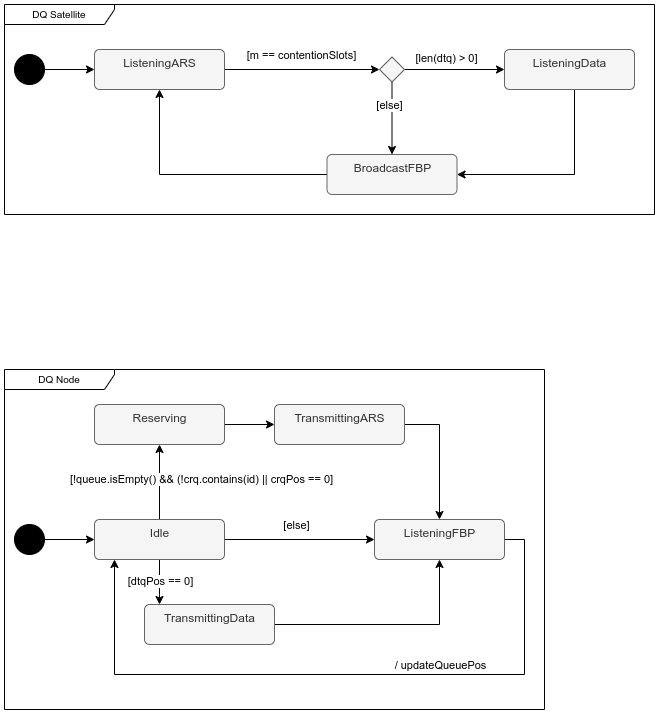
The draw.io diagram ress-iot-vs-dqrap-paper/diagrams/DQ.drawio.png in jason-gerard/DRAAF-pipeline, before a commit. Source tidied: cells renumbered, new cells last; positions are measured from the earlier drawing's top-left corner, leaving out a move shared by most shapes. Its diagram source:
```xml
<mxGraphModel>
  <root>
    <mxCell id="0" />
    <mxCell id="1" parent="0" />
    <mxCell id="2" style="edgeStyle=orthogonalEdgeStyle;rounded=0;jettySize=auto;html=1;" parent="1" edge="1" source="3" target="6">
      <mxGeometry relative="1" as="geometry" />
    </mxCell>
    <mxCell id="3" style="ellipse;fillColor=strokeColor;" parent="1" vertex="1">
      <mxGeometry x="10" y="50" width="30" height="30" as="geometry" />
    </mxCell>
    <mxCell id="4" style="edgeStyle=orthogonalEdgeStyle;rounded=0;jettySize=auto;html=1;fontSize=10;" parent="1" edge="1" source="6" target="35">
      <mxGeometry relative="1" as="geometry" />
    </mxCell>
    <mxCell id="5" value="[m == contentionSlots]" style="edgeLabel;html=1;align=center;verticalAlign=middle;" parent="4" vertex="1">
      <mxGeometry x="-0.26" y="1" relative="1" as="geometry">
        <mxPoint x="18" y="-14" as="offset" />
      </mxGeometry>
    </mxCell>
    <mxCell id="6" value="ListeningARS" style="html=1;align=center;verticalAlign=top;rounded=1;absoluteArcSize=1;arcSize=10;dashed=0;fillColor=#f5f5f5;fontColor=#333333;strokeColor=#666666;" parent="1" vertex="1">
      <mxGeometry x="90" y="45" width="130" height="40" as="geometry" />
    </mxCell>
    <mxCell id="7" value="DQ Satellite" style="shape=umlFrame;whiteSpace=wrap;html=1;fontSize=10;width=110;height=20;" parent="1" vertex="1">
      <mxGeometry width="650" height="210" as="geometry" />
    </mxCell>
    <mxCell id="8" style="edgeStyle=orthogonalEdgeStyle;rounded=0;jettySize=auto;html=1;" parent="1" edge="1" source="9" target="11">
      <mxGeometry relative="1" as="geometry">
        <Array as="points">
          <mxPoint x="570" y="170" />
        </Array>
      </mxGeometry>
    </mxCell>
    <mxCell id="9" value="ListeningData" style="html=1;align=center;verticalAlign=top;rounded=1;absoluteArcSize=1;arcSize=10;dashed=0;fillColor=#f5f5f5;fontColor=#333333;strokeColor=#666666;" parent="1" vertex="1">
      <mxGeometry x="500" y="45" width="130" height="40" as="geometry" />
    </mxCell>
    <mxCell id="10" style="edgeStyle=orthogonalEdgeStyle;rounded=0;jettySize=auto;html=1;" parent="1" edge="1" source="11" target="6">
      <mxGeometry relative="1" as="geometry" />
    </mxCell>
    <mxCell id="11" value="BroadcastFBP" style="html=1;align=center;verticalAlign=top;rounded=1;absoluteArcSize=1;arcSize=10;dashed=0;fillColor=#f5f5f5;fontColor=#333333;strokeColor=#666666;" parent="1" vertex="1">
      <mxGeometry x="322.5" y="150" width="130" height="40" as="geometry" />
    </mxCell>
    <mxCell id="12" style="edgeStyle=orthogonalEdgeStyle;rounded=0;jettySize=auto;html=1;" parent="1" edge="1" source="13" target="20">
      <mxGeometry relative="1" as="geometry" />
    </mxCell>
    <mxCell id="13" style="ellipse;fillColor=strokeColor;" parent="1" vertex="1">
      <mxGeometry x="10" y="520" width="30" height="30" as="geometry" />
    </mxCell>
    <mxCell id="14" style="edgeStyle=orthogonalEdgeStyle;rounded=0;jettySize=auto;html=1;exitX=0.5;exitY=0;exitDx=0;exitDy=0;" parent="1" edge="1" source="20" target="23">
      <mxGeometry relative="1" as="geometry" />
    </mxCell>
    <mxCell id="15" value="[!queue.isEmpty() &amp;amp;&amp;amp; (!crq.contains(id) || crqPos == 0]" style="edgeLabel;html=1;align=center;verticalAlign=middle;" parent="14" vertex="1">
      <mxGeometry x="-0.32" relative="1" as="geometry">
        <mxPoint x="41" y="-15" as="offset" />
      </mxGeometry>
    </mxCell>
    <mxCell id="16" style="edgeStyle=orthogonalEdgeStyle;rounded=0;jettySize=auto;html=1;" parent="1" edge="1" source="20" target="25">
      <mxGeometry relative="1" as="geometry">
        <Array as="points">
          <mxPoint x="155" y="590" />
          <mxPoint x="155" y="590" />
        </Array>
      </mxGeometry>
    </mxCell>
    <mxCell id="17" value="[dtqPos == 0]" style="edgeLabel;html=1;align=center;verticalAlign=middle;" parent="16" vertex="1">
      <mxGeometry x="-0.58" y="1" relative="1" as="geometry">
        <mxPoint x="-1" y="12" as="offset" />
      </mxGeometry>
    </mxCell>
    <mxCell id="18" style="edgeStyle=orthogonalEdgeStyle;rounded=0;jettySize=auto;html=1;" parent="1" edge="1" source="20" target="28">
      <mxGeometry relative="1" as="geometry" />
    </mxCell>
    <mxCell id="19" value="[else]" style="edgeLabel;html=1;align=center;verticalAlign=middle;" parent="18" vertex="1">
      <mxGeometry x="-0.48" y="1" relative="1" as="geometry">
        <mxPoint x="32" y="-14" as="offset" />
      </mxGeometry>
    </mxCell>
    <mxCell id="20" value="Idle" style="html=1;align=center;verticalAlign=top;rounded=1;absoluteArcSize=1;arcSize=10;dashed=0;fillColor=#f5f5f5;fontColor=#333333;strokeColor=#666666;" parent="1" vertex="1">
      <mxGeometry x="90" y="515" width="130" height="40" as="geometry" />
    </mxCell>
    <mxCell id="21" style="edgeStyle=orthogonalEdgeStyle;rounded=0;jettySize=auto;html=1;" parent="1" edge="1" source="30" target="28">
      <mxGeometry relative="1" as="geometry">
        <Array as="points">
          <mxPoint x="435" y="420" />
        </Array>
      </mxGeometry>
    </mxCell>
    <mxCell id="22" style="edgeStyle=orthogonalEdgeStyle;rounded=0;jettySize=auto;html=1;" parent="1" edge="1" source="23" target="30">
      <mxGeometry relative="1" as="geometry" />
    </mxCell>
    <mxCell id="23" value="Reserving" style="html=1;align=center;verticalAlign=top;rounded=1;absoluteArcSize=1;arcSize=10;dashed=0;fillColor=#f5f5f5;fontColor=#333333;strokeColor=#666666;" parent="1" vertex="1">
      <mxGeometry x="90" y="400" width="130" height="40" as="geometry" />
    </mxCell>
    <mxCell id="24" style="edgeStyle=orthogonalEdgeStyle;rounded=0;jettySize=auto;html=1;" parent="1" edge="1" source="25" target="28">
      <mxGeometry relative="1" as="geometry">
        <Array as="points">
          <mxPoint x="435" y="620" />
        </Array>
      </mxGeometry>
    </mxCell>
    <mxCell id="25" value="TransmittingData" style="html=1;align=center;verticalAlign=top;rounded=1;absoluteArcSize=1;arcSize=10;dashed=0;fillColor=#f5f5f5;fontColor=#333333;strokeColor=#666666;" parent="1" vertex="1">
      <mxGeometry x="140" y="600" width="130" height="40" as="geometry" />
    </mxCell>
    <mxCell id="26" style="edgeStyle=orthogonalEdgeStyle;rounded=0;jettySize=auto;html=1;" parent="1" edge="1" source="28" target="20">
      <mxGeometry relative="1" as="geometry">
        <Array as="points">
          <mxPoint x="520" y="535" />
          <mxPoint x="520" y="670" />
          <mxPoint x="110" y="670" />
        </Array>
      </mxGeometry>
    </mxCell>
    <mxCell id="27" value="/ updateQueuePos" style="edgeLabel;html=1;align=center;verticalAlign=middle;" parent="26" vertex="1">
      <mxGeometry x="0.08" y="3" relative="1" as="geometry">
        <mxPoint x="126" y="-13" as="offset" />
      </mxGeometry>
    </mxCell>
    <mxCell id="28" value="ListeningFBP" style="html=1;align=center;verticalAlign=top;rounded=1;absoluteArcSize=1;arcSize=10;dashed=0;fillColor=#f5f5f5;fontColor=#333333;strokeColor=#666666;" parent="1" vertex="1">
      <mxGeometry x="370" y="515" width="130" height="40" as="geometry" />
    </mxCell>
    <mxCell id="29" value="DQ Node" style="shape=umlFrame;whiteSpace=wrap;html=1;fontSize=10;width=110;height=20;" parent="1" vertex="1">
      <mxGeometry y="365" width="540" height="340" as="geometry" />
    </mxCell>
    <mxCell id="30" value="TransmittingARS" style="html=1;align=center;verticalAlign=top;rounded=1;absoluteArcSize=1;arcSize=10;dashed=0;fillColor=#f5f5f5;fontColor=#333333;strokeColor=#666666;" parent="1" vertex="1">
      <mxGeometry x="270" y="400" width="130" height="40" as="geometry" />
    </mxCell>
    <mxCell id="31" style="edgeStyle=orthogonalEdgeStyle;rounded=0;jettySize=auto;html=1;" parent="1" edge="1" source="35" target="11">
      <mxGeometry relative="1" as="geometry" />
    </mxCell>
    <mxCell id="32" value="[else]" style="edgeLabel;html=1;align=center;verticalAlign=middle;" parent="31" vertex="1">
      <mxGeometry x="-0.36" y="-3" relative="1" as="geometry" />
    </mxCell>
    <mxCell id="33" style="edgeStyle=orthogonalEdgeStyle;rounded=0;jettySize=auto;html=1;" parent="1" edge="1" source="35" target="9">
      <mxGeometry relative="1" as="geometry" />
    </mxCell>
    <mxCell id="34" value="[len(dtq) &amp;gt; 0]" style="edgeLabel;html=1;align=center;verticalAlign=middle;" parent="33" vertex="1">
      <mxGeometry x="-0.45" relative="1" as="geometry">
        <mxPoint x="13" y="-12" as="offset" />
      </mxGeometry>
    </mxCell>
    <mxCell id="35" style="rhombus;whiteSpace=wrap;html=1;fillColor=#f5f5f5;fontColor=#333333;strokeColor=#666666;" parent="1" vertex="1">
      <mxGeometry x="375" y="52.5" width="25" height="25" as="geometry" />
    </mxCell>
  </root>
</mxGraphModel>
```
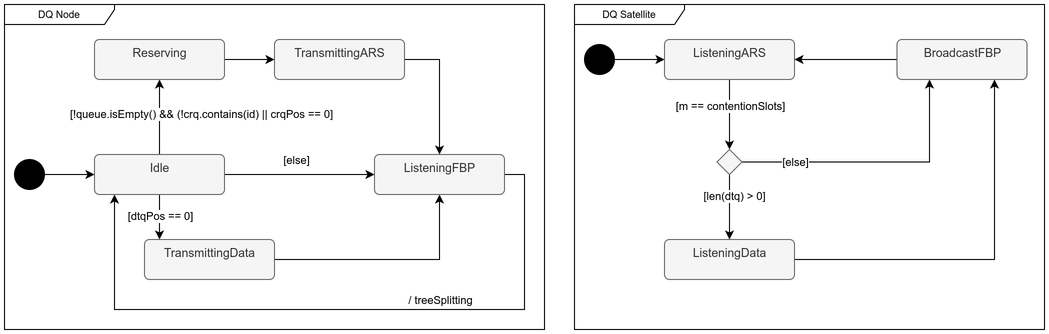
After the commit.

The edit, as a diff of the source:
```diff
@@ -2,42 +2,6 @@
   <root>
     <mxCell id="0" />
     <mxCell id="1" parent="0" />
-    <mxCell id="2" style="edgeStyle=orthogonalEdgeStyle;rounded=0;jettySize=auto;html=1;" parent="1" edge="1" source="3" target="6">
-      <mxGeometry relative="1" as="geometry" />
-    </mxCell>
-    <mxCell id="3" style="ellipse;fillColor=strokeColor;" parent="1" vertex="1">
-      <mxGeometry x="10" y="50" width="30" height="30" as="geometry" />
-    </mxCell>
-    <mxCell id="4" style="edgeStyle=orthogonalEdgeStyle;rounded=0;jettySize=auto;html=1;fontSize=10;" parent="1" edge="1" source="6" target="35">
-      <mxGeometry relative="1" as="geometry" />
-    </mxCell>
-    <mxCell id="5" value="[m == contentionSlots]" style="edgeLabel;html=1;align=center;verticalAlign=middle;" parent="4" vertex="1">
-      <mxGeometry x="-0.26" y="1" relative="1" as="geometry">
-        <mxPoint x="18" y="-14" as="offset" />
-      </mxGeometry>
-    </mxCell>
-    <mxCell id="6" value="ListeningARS" style="html=1;align=center;verticalAlign=top;rounded=1;absoluteArcSize=1;arcSize=10;dashed=0;fillColor=#f5f5f5;fontColor=#333333;strokeColor=#666666;" parent="1" vertex="1">
-      <mxGeometry x="90" y="45" width="130" height="40" as="geometry" />
-    </mxCell>
-    <mxCell id="7" value="DQ Satellite" style="shape=umlFrame;whiteSpace=wrap;html=1;fontSize=10;width=110;height=20;" parent="1" vertex="1">
-      <mxGeometry width="650" height="210" as="geometry" />
-    </mxCell>
-    <mxCell id="8" style="edgeStyle=orthogonalEdgeStyle;rounded=0;jettySize=auto;html=1;" parent="1" edge="1" source="9" target="11">
-      <mxGeometry relative="1" as="geometry">
-        <Array as="points">
-          <mxPoint x="570" y="170" />
-        </Array>
-      </mxGeometry>
-    </mxCell>
-    <mxCell id="9" value="ListeningData" style="html=1;align=center;verticalAlign=top;rounded=1;absoluteArcSize=1;arcSize=10;dashed=0;fillColor=#f5f5f5;fontColor=#333333;strokeColor=#666666;" parent="1" vertex="1">
-      <mxGeometry x="500" y="45" width="130" height="40" as="geometry" />
-    </mxCell>
-    <mxCell id="10" style="edgeStyle=orthogonalEdgeStyle;rounded=0;jettySize=auto;html=1;" parent="1" edge="1" source="11" target="6">
-      <mxGeometry relative="1" as="geometry" />
-    </mxCell>
-    <mxCell id="11" value="BroadcastFBP" style="html=1;align=center;verticalAlign=top;rounded=1;absoluteArcSize=1;arcSize=10;dashed=0;fillColor=#f5f5f5;fontColor=#333333;strokeColor=#666666;" parent="1" vertex="1">
-      <mxGeometry x="322.5" y="150" width="130" height="40" as="geometry" />
-    </mxCell>
     <mxCell id="12" style="edgeStyle=orthogonalEdgeStyle;rounded=0;jettySize=auto;html=1;" parent="1" edge="1" source="13" target="20">
       <mxGeometry relative="1" as="geometry" />
     </mxCell>
@@ -108,7 +72,7 @@
         </Array>
       </mxGeometry>
     </mxCell>
-    <mxCell id="27" value="/ updateQueuePos" style="edgeLabel;html=1;align=center;verticalAlign=middle;" parent="26" vertex="1">
+    <mxCell id="27" value="/ treeSplitting" style="edgeLabel;html=1;align=center;verticalAlign=middle;" parent="26" vertex="1">
       <mxGeometry x="0.08" y="3" relative="1" as="geometry">
         <mxPoint x="126" y="-13" as="offset" />
       </mxGeometry>
@@ -117,27 +81,65 @@
       <mxGeometry x="370" y="515" width="130" height="40" as="geometry" />
     </mxCell>
     <mxCell id="29" value="DQ Node" style="shape=umlFrame;whiteSpace=wrap;html=1;fontSize=10;width=110;height=20;" parent="1" vertex="1">
-      <mxGeometry y="365" width="540" height="340" as="geometry" />
+      <mxGeometry y="365" width="540" height="325" as="geometry" />
     </mxCell>
     <mxCell id="30" value="TransmittingARS" style="html=1;align=center;verticalAlign=top;rounded=1;absoluteArcSize=1;arcSize=10;dashed=0;fillColor=#f5f5f5;fontColor=#333333;strokeColor=#666666;" parent="1" vertex="1">
       <mxGeometry x="270" y="400" width="130" height="40" as="geometry" />
     </mxCell>
-    <mxCell id="31" style="edgeStyle=orthogonalEdgeStyle;rounded=0;jettySize=auto;html=1;" parent="1" edge="1" source="35" target="11">
-      <mxGeometry relative="1" as="geometry" />
-    </mxCell>
+    <mxCell id="36" style="edgeStyle=orthogonalEdgeStyle;rounded=0;jettySize=auto;html=1;" parent="1" edge="1" source="37" target="6">
+      <mxGeometry relative="1" as="geometry" />
+    </mxCell>
+    <mxCell id="37" style="ellipse;fillColor=strokeColor;" parent="1" vertex="1">
+      <mxGeometry x="580" y="405" width="30" height="30" as="geometry" />
+    </mxCell>
+    <mxCell id="38" style="edgeStyle=orthogonalEdgeStyle;rounded=0;jettySize=auto;html=1;fontSize=10;" parent="1" edge="1" source="6" target="41">
+      <mxGeometry relative="1" as="geometry" />
+    </mxCell>
+    <mxCell id="5" value="[m == contentionSlots]" style="edgeLabel;html=1;align=center;verticalAlign=middle;" parent="38" vertex="1">
+      <mxGeometry x="-0.26" y="1" relative="1" as="geometry">
+        <mxPoint x="-1" as="offset" />
+      </mxGeometry>
+    </mxCell>
+    <mxCell id="6" value="ListeningARS" style="html=1;align=center;verticalAlign=top;rounded=1;absoluteArcSize=1;arcSize=10;dashed=0;fillColor=#f5f5f5;fontColor=#333333;strokeColor=#666666;" parent="1" vertex="1">
+      <mxGeometry x="660" y="400" width="130" height="40" as="geometry" />
+    </mxCell>
+    <mxCell id="7" value="DQ Satellite" style="shape=umlFrame;whiteSpace=wrap;html=1;fontSize=10;width=110;height=20;" parent="1" vertex="1">
+      <mxGeometry x="570" y="365" width="470" height="325" as="geometry" />
+    </mxCell>
+    <mxCell id="8" style="edgeStyle=orthogonalEdgeStyle;rounded=0;jettySize=auto;html=1;exitX=1;exitY=0.5;exitDx=0;exitDy=0;entryX=0.75;entryY=1;entryDx=0;entryDy=0;" parent="1" edge="1" source="9" target="11">
+      <mxGeometry relative="1" as="geometry">
+        <Array as="points">
+          <mxPoint x="990" y="620" />
+        </Array>
+      </mxGeometry>
+    </mxCell>
+    <mxCell id="9" value="ListeningData" style="html=1;align=center;verticalAlign=top;rounded=1;absoluteArcSize=1;arcSize=10;dashed=0;fillColor=#f5f5f5;fontColor=#333333;strokeColor=#666666;" parent="1" vertex="1">
+      <mxGeometry x="660" y="600" width="130" height="40" as="geometry" />
+    </mxCell>
+    <mxCell id="10" style="edgeStyle=orthogonalEdgeStyle;rounded=0;jettySize=auto;html=1;" parent="1" edge="1" source="11" target="6">
+      <mxGeometry relative="1" as="geometry" />
+    </mxCell>
+    <mxCell id="11" value="BroadcastFBP" style="html=1;align=center;verticalAlign=top;rounded=1;absoluteArcSize=1;arcSize=10;dashed=0;fillColor=#f5f5f5;fontColor=#333333;strokeColor=#666666;" parent="1" vertex="1">
+      <mxGeometry x="892.5" y="400" width="130" height="40" as="geometry" />
+    </mxCell>
+    <mxCell id="39" style="edgeStyle=orthogonalEdgeStyle;rounded=0;jettySize=auto;html=1;" parent="1" edge="1" source="41" target="9">
+      <mxGeometry relative="1" as="geometry" />
+    </mxCell>
+    <mxCell id="34" value="[len(dtq) &amp;gt; 0]" style="edgeLabel;html=1;align=center;verticalAlign=middle;" parent="39" vertex="1">
+      <mxGeometry x="-0.45" relative="1" as="geometry">
+        <mxPoint x="4" y="3" as="offset" />
+      </mxGeometry>
+    </mxCell>
+    <mxCell id="40" style="edgeStyle=orthogonalEdgeStyle;rounded=0;jettySize=auto;html=1;exitX=1;exitY=0.5;exitDx=0;exitDy=0;entryX=0.25;entryY=1;entryDx=0;entryDy=0;" parent="1" edge="1" source="41" target="11">
+      <mxGeometry relative="1" as="geometry" />
+    </mxCell>
-    <mxCell id="32" value="[else]" style="edgeLabel;html=1;align=center;verticalAlign=middle;" parent="31" vertex="1">
-      <mxGeometry x="-0.36" y="-3" relative="1" as="geometry" />
+    <mxCell id="32" value="[else]" style="edgeLabel;html=1;align=center;verticalAlign=middle;" parent="40" vertex="1">
+      <mxGeometry x="-0.49" y="2" relative="1" as="geometry">
+        <mxPoint x="-16" y="2" as="offset" />
+      </mxGeometry>
     </mxCell>
-    <mxCell id="33" style="edgeStyle=orthogonalEdgeStyle;rounded=0;jettySize=auto;html=1;" parent="1" edge="1" source="35" target="9">
-      <mxGeometry relative="1" as="geometry" />
-    </mxCell>
-    <mxCell id="34" value="[len(dtq) &amp;gt; 0]" style="edgeLabel;html=1;align=center;verticalAlign=middle;" parent="33" vertex="1">
-      <mxGeometry x="-0.45" relative="1" as="geometry">
-        <mxPoint x="13" y="-12" as="offset" />
-      </mxGeometry>
-    </mxCell>
-    <mxCell id="35" style="rhombus;whiteSpace=wrap;html=1;fillColor=#f5f5f5;fontColor=#333333;strokeColor=#666666;" parent="1" vertex="1">
-      <mxGeometry x="375" y="52.5" width="25" height="25" as="geometry" />
-    </mxCell>
+    <mxCell id="41" style="rhombus;whiteSpace=wrap;html=1;fillColor=#f5f5f5;fontColor=#333333;strokeColor=#666666;" parent="1" vertex="1">
+      <mxGeometry x="712.5" y="510" width="25" height="25" as="geometry" />
+    </mxCell>
   </root>
 </mxGraphModel>
```
